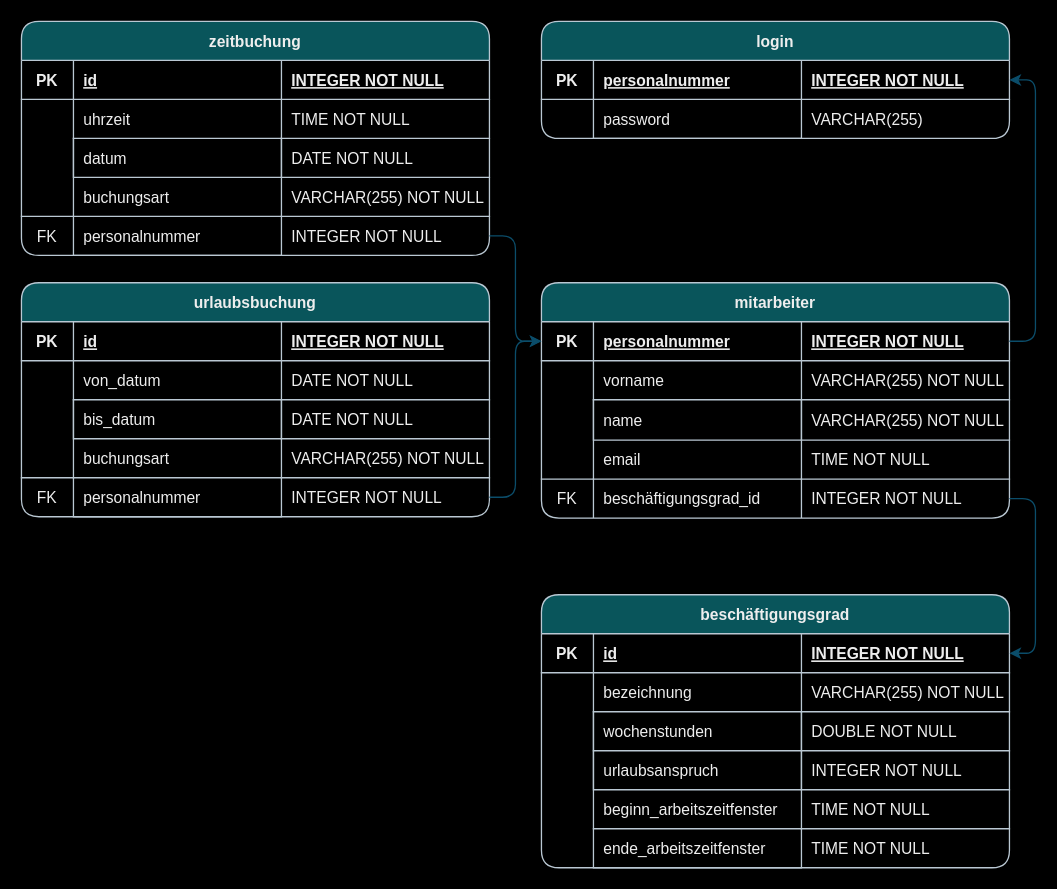
This is src/main/resources/db/datamodel.drawio from SMABFWS122A/HumanRessourceManagement, a draw.io file, before an edit. Source tidied: cells renumbered, new cells numbered last; positions are measured from the earlier drawing's top-left corner, leaving out a move shared by most shapes. Both pictures are drawn from the tidied source at 130%, with x=0, y=0 at pixel (21, 21).
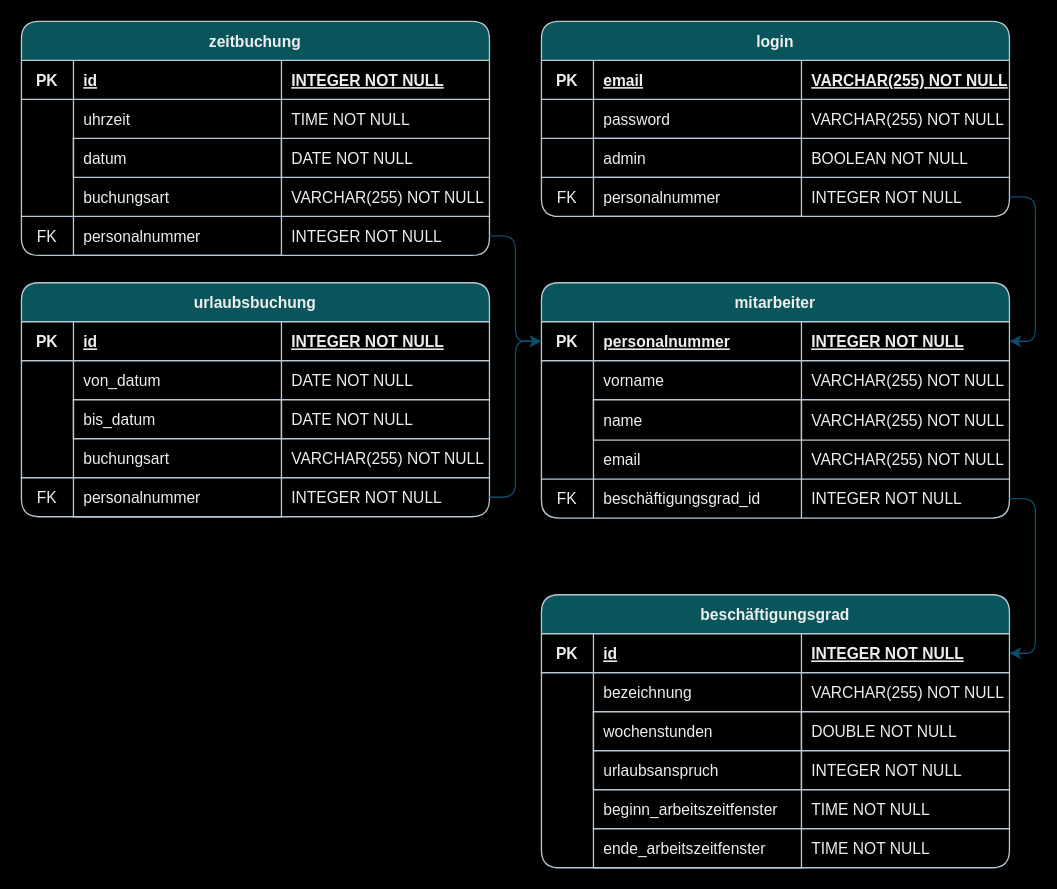
Above is the later version.

Commit message:
datamodel with login-table updated;

Unchanged cells that the change refers to:
```xml
<mxCell id="28" style="shape=partialRectangle;fillColor=none;points=[[0,0.5],[1,0.5]];portConstraint=eastwest;top=0;left=0;right=0;bottom=1;rounded=1;labelBackgroundColor=none;strokeColor=#BAC8D3;fontColor=#EEEEEE;" parent="27" vertex="1">
  <mxGeometry y="30" width="360" height="30" as="geometry" />
</mxCell>
<mxCell id="32" style="shape=partialRectangle;fillColor=none;top=0;left=0;right=0;bottom=0;rounded=1;labelBackgroundColor=none;strokeColor=#BAC8D3;fontColor=#EEEEEE;" parent="27" vertex="1">
  <mxGeometry y="60" width="360" height="30" as="geometry" />
</mxCell>
<mxCell id="37" style="shape=partialRectangle;fillColor=none;points=[[0,0.5],[1,0.5]];portConstraint=eastwest;top=0;left=0;right=0;bottom=1;rounded=1;labelBackgroundColor=none;strokeColor=#BAC8D3;fontColor=#EEEEEE;" parent="36" vertex="1">
  <mxGeometry y="30" width="360" height="30" as="geometry" />
</mxCell>
<mxCell id="49" style="shape=partialRectangle;fillColor=none;top=0;left=0;right=0;bottom=0;rounded=1;labelBackgroundColor=none;strokeColor=#BAC8D3;fontColor=#EEEEEE;" parent="36" vertex="1">
  <mxGeometry y="121" width="360" height="30" as="geometry" />
</mxCell>
```

What changed in the source:
```diff
@@
     <mxCell id="27" value="login" style="shape=table;startSize=30;childLayout=tableLayout;rowLines=0;fontStyle=1;align=center;rounded=1;labelBackgroundColor=none;fillColor=#09555B;strokeColor=#BAC8D3;fontColor=#EEEEEE;" parent="1" vertex="1">
-      <mxGeometry x="400" width="360" height="90" as="geometry" />
+      <mxGeometry x="400" width="360" height="150" as="geometry" />
     </mxCell>
@@
-    <mxCell id="30" value="personalnummer" style="shape=partialRectangle;overflow=hidden;fillColor=none;top=0;left=0;bottom=0;right=0;align=left;spacingLeft=6;fontStyle=5;rounded=1;labelBackgroundColor=none;strokeColor=#BAC8D3;fontColor=#EEEEEE;" parent="28" vertex="1">
+    <mxCell id="30" value="email" style="shape=partialRectangle;overflow=hidden;fillColor=none;top=0;left=0;bottom=0;right=0;align=left;spacingLeft=6;fontStyle=5;rounded=1;labelBackgroundColor=none;strokeColor=#BAC8D3;fontColor=#EEEEEE;" parent="28" vertex="1">
       <mxGeometry x="40" width="160" height="30" as="geometry" />
     </mxCell>
-    <mxCell id="31" value="INTEGER NOT NULL" style="shape=partialRectangle;overflow=hidden;fillColor=none;top=0;left=0;bottom=0;right=0;align=left;spacingLeft=6;fontStyle=5;rounded=1;labelBackgroundColor=none;strokeColor=#BAC8D3;fontColor=#EEEEEE;" parent="28" vertex="1">
+    <mxCell id="31" value="VARCHAR(255) NOT NULL" style="shape=partialRectangle;overflow=hidden;fillColor=none;top=0;left=0;bottom=0;right=0;align=left;spacingLeft=6;fontStyle=5;rounded=1;labelBackgroundColor=none;strokeColor=#BAC8D3;fontColor=#EEEEEE;" parent="28" vertex="1">
       <mxGeometry x="200" width="160" height="30" as="geometry" />
     </mxCell>
@@
-    <mxCell id="35" value="VARCHAR(255)" style="shape=partialRectangle;overflow=hidden;fillColor=none;top=0;left=0;bottom=0;right=0;align=left;spacingLeft=6;rounded=1;labelBackgroundColor=none;strokeColor=#BAC8D3;fontColor=#EEEEEE;" parent="32" vertex="1">
+    <mxCell id="35" value="VARCHAR(255) NOT NULL" style="shape=partialRectangle;overflow=hidden;fillColor=none;top=0;left=0;bottom=0;right=0;align=left;spacingLeft=6;rounded=1;labelBackgroundColor=none;strokeColor=#BAC8D3;fontColor=#EEEEEE;" parent="32" vertex="1">
       <mxGeometry x="200" width="160" height="30" as="geometry" />
     </mxCell>
+    <mxCell id="103" style="shape=partialRectangle;fillColor=none;top=0;left=0;right=0;bottom=0;rounded=1;labelBackgroundColor=none;strokeColor=#BAC8D3;fontColor=#EEEEEE;" parent="27" vertex="1">
+      <mxGeometry y="90" width="360" height="30" as="geometry" />
+    </mxCell>
+    <mxCell id="104" style="shape=partialRectangle;overflow=hidden;fillColor=none;top=1;left=0;bottom=0;right=0;rounded=1;labelBackgroundColor=none;strokeColor=#BAC8D3;fontColor=#EEEEEE;" parent="103" vertex="1">
+      <mxGeometry width="40" height="30" as="geometry" />
+    </mxCell>
+    <mxCell id="105" value="admin" style="shape=partialRectangle;overflow=hidden;fillColor=none;top=1;left=0;bottom=1;right=0;align=left;spacingLeft=6;rounded=1;labelBackgroundColor=none;strokeColor=#BAC8D3;fontColor=#EEEEEE;" parent="103" vertex="1">
+      <mxGeometry x="40" width="160" height="30" as="geometry" />
+    </mxCell>
+    <mxCell id="106" value="BOOLEAN NOT NULL" style="shape=partialRectangle;overflow=hidden;fillColor=none;top=1;left=0;bottom=0;right=0;align=left;spacingLeft=6;rounded=1;labelBackgroundColor=none;strokeColor=#BAC8D3;fontColor=#EEEEEE;" parent="103" vertex="1">
+      <mxGeometry x="200" width="160" height="30" as="geometry" />
+    </mxCell>
+    <mxCell id="107" style="shape=partialRectangle;fillColor=none;points=[[0,0.5],[1,0.5]];portConstraint=eastwest;top=0;left=0;right=0;bottom=0;rounded=1;labelBackgroundColor=none;strokeColor=#BAC8D3;fontColor=#EEEEEE;" parent="27" vertex="1">
+      <mxGeometry y="120" width="360" height="30" as="geometry" />
+    </mxCell>
+    <mxCell id="108" value="FK" style="shape=partialRectangle;overflow=hidden;fillColor=none;top=1;left=0;bottom=0;right=0;rounded=1;labelBackgroundColor=none;strokeColor=#BAC8D3;fontColor=#EEEEEE;" parent="107" vertex="1">
+      <mxGeometry width="40" height="30" as="geometry" />
+    </mxCell>
+    <mxCell id="109" value="personalnummer" style="shape=partialRectangle;overflow=hidden;fillColor=none;top=1;left=0;bottom=1;right=0;align=left;spacingLeft=6;rounded=1;labelBackgroundColor=none;strokeColor=#BAC8D3;fontColor=#EEEEEE;" parent="107" vertex="1">
+      <mxGeometry x="40" width="160" height="30" as="geometry" />
+    </mxCell>
+    <mxCell id="110" value="INTEGER NOT NULL" style="shape=partialRectangle;overflow=hidden;fillColor=none;top=1;left=0;bottom=0;right=0;align=left;spacingLeft=6;rounded=1;labelBackgroundColor=none;strokeColor=#BAC8D3;fontColor=#EEEEEE;" parent="107" vertex="1">
+      <mxGeometry x="200" width="160" height="30" as="geometry" />
+    </mxCell>
@@
-    <mxCell id="52" value="TIME NOT NULL" style="shape=partialRectangle;overflow=hidden;fillColor=none;top=0;left=0;bottom=1;right=0;align=left;spacingLeft=6;rounded=1;labelBackgroundColor=none;strokeColor=#BAC8D3;fontColor=#EEEEEE;" parent="49" vertex="1">
+    <mxCell id="52" value="VARCHAR(255) NOT NULL" style="shape=partialRectangle;overflow=hidden;fillColor=none;top=0;left=0;bottom=1;right=0;align=left;spacingLeft=6;rounded=1;labelBackgroundColor=none;strokeColor=#BAC8D3;fontColor=#EEEEEE;" parent="49" vertex="1">
       <mxGeometry x="200" width="160" height="30" as="geometry" />
     </mxCell>
@@
-    <mxCell id="79" style="edgeStyle=orthogonalEdgeStyle;rounded=1;jettySize=auto;html=1;exitX=1;exitY=0.5;exitDx=0;exitDy=0;entryX=1;entryY=0.5;entryDx=0;entryDy=0;labelBackgroundColor=none;strokeColor=#0B4D6A;fontColor=default;" parent="1" edge="1" source="37" target="28">
-      <mxGeometry relative="1" as="geometry" />
-    </mxCell>
@@
+    <mxCell id="111" style="edgeStyle=orthogonalEdgeStyle;rounded=1;jettySize=auto;html=1;exitX=1;exitY=0.5;exitDx=0;exitDy=0;entryX=1;entryY=0.5;entryDx=0;entryDy=0;strokeColor=#0B4D6A;" parent="1" edge="1" source="107" target="37">
+      <mxGeometry relative="1" as="geometry" />
+    </mxCell>
```
